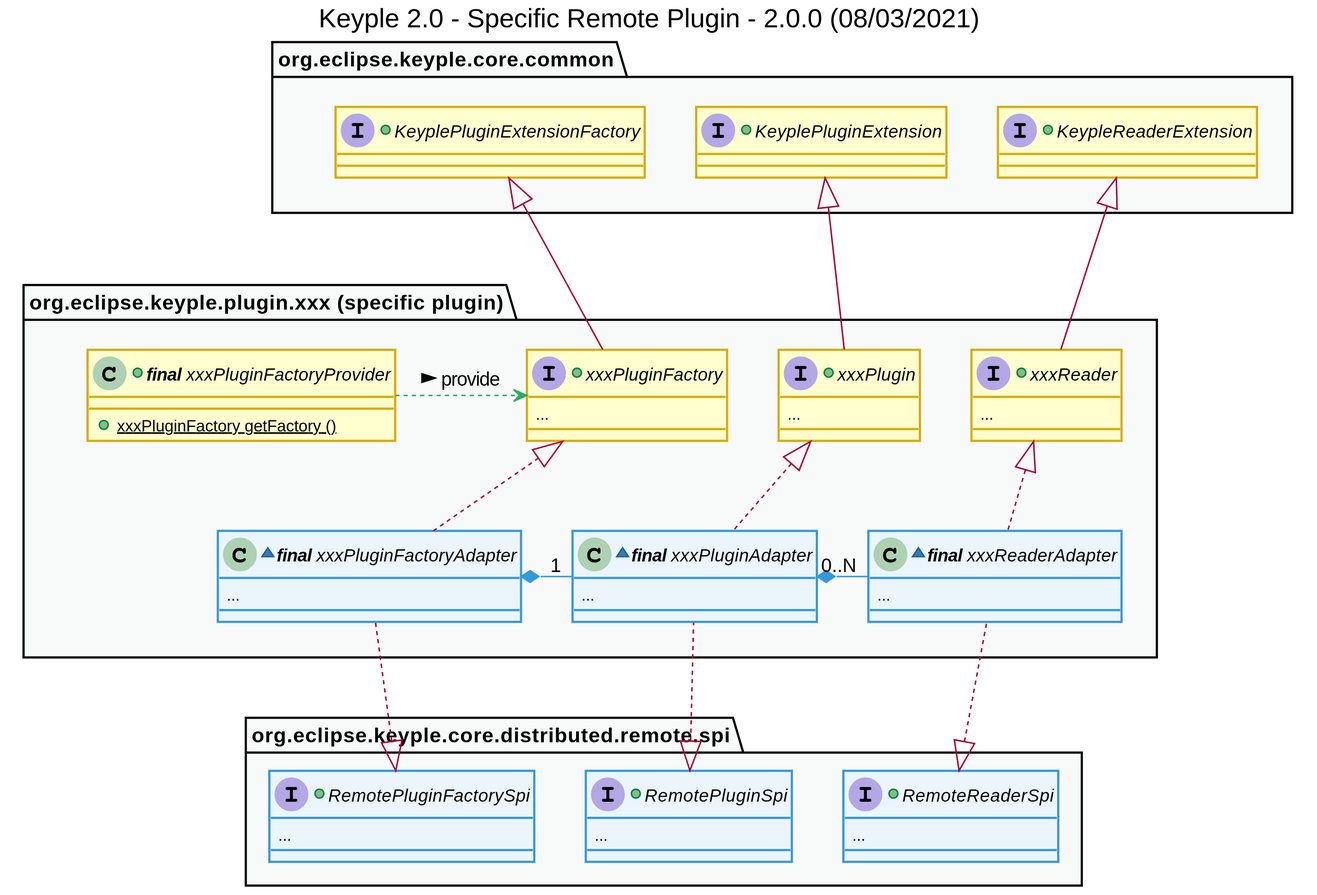
Earlier version of the PlantUML export uml/class/developer-guides/keyple_2_0_class_specific_remote_plugin.svg (calypsonet/keyple_2_0).
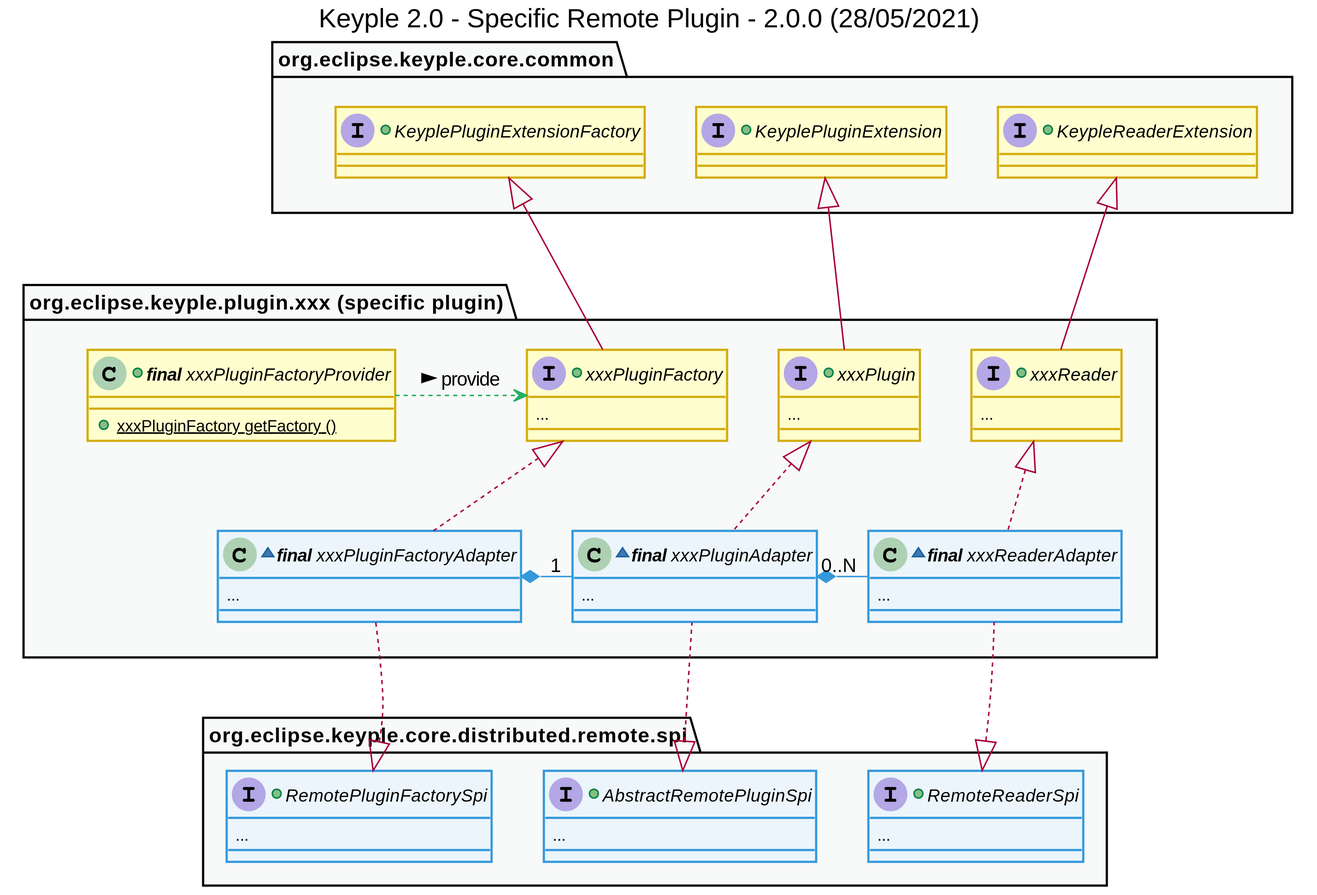
Above is the later version.

Diff of the diagram source:
```diff
@@ -1,6 +1,6 @@
 @startuml
 title
-    Keyple 2.0 - Specific Remote Plugin - 2.0.0 (08/03/2021)
+    Keyple 2.0 - Specific Remote Plugin - 2.0.0 (28/05/2021)
 end title
 
 
@@ -50,7 +50,7 @@
     +interface RemoteReaderSpi {
         ...
     }
-    +interface RemotePluginSpi {
+    +interface AbstractRemotePluginSpi {
         ...
     }
     +interface RemotePluginFactorySpi {
@@ -74,7 +74,7 @@
     ~class "**final** xxxPluginFactoryAdapter" as xxxPluginFactoryAdapter implements xxxPluginFactory, RemotePluginFactorySpi {
         ...
     }
-    ~class "**final** xxxPluginAdapter" as xxxPluginAdapter implements xxxPlugin, RemotePluginSpi {
+    ~class "**final** xxxPluginAdapter" as xxxPluginAdapter implements xxxPlugin, AbstractRemotePluginSpi {
         ...
     }
     ~class "**final** xxxReaderAdapter" as xxxReaderAdapter implements xxxReader, RemoteReaderSpi {
@@ -90,7 +90,7 @@
 
 commonsApi -[hidden]- specificPluginApi
 xxxReaderAdapter -[hidden]- RemoteReaderSpi
-xxxPluginAdapter -[hidden]- RemotePluginSpi
+xxxPluginAdapter -[hidden]- AbstractRemotePluginSpi
 xxxPluginFactoryAdapter -[hidden]- RemotePluginFactorySpi
 
 
@@ -102,7 +102,7 @@
 class xxxPluginAdapter <<blue>>
 class xxxPluginFactoryAdapter <<blue>>
 interface RemoteReaderSpi <<blue>>
-interface RemotePluginSpi <<blue>>
+interface AbstractRemotePluginSpi <<blue>>
 interface RemotePluginFactorySpi <<blue>>
 
 @enduml
```
